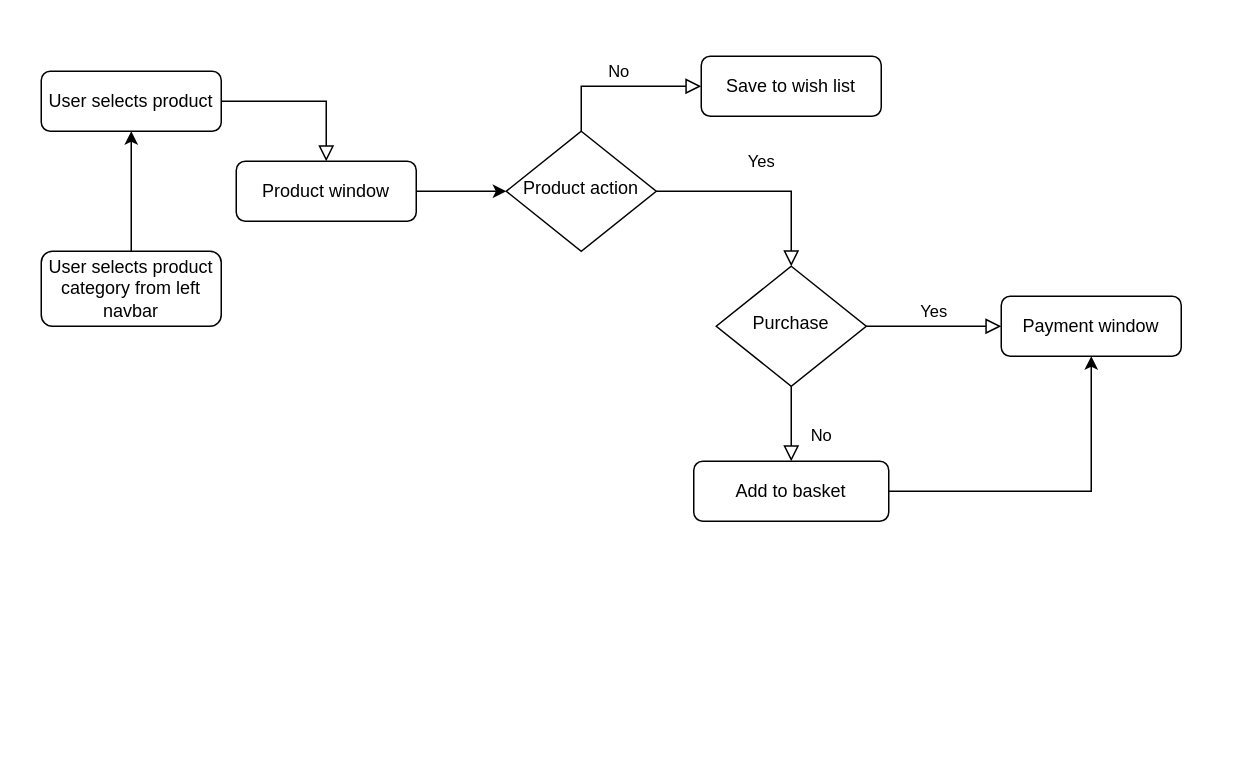
This is flowchart.drawio from demetriusvissarion/EBag, a draw.io file, before an edit. Source tidied: cells renumbered, new cells numbered last; positions are measured from the earlier drawing's top-left corner, leaving out a move shared by most shapes. Both pictures are drawn from the tidied source at 150%, with x=0, y=0 at pixel (40, 56).
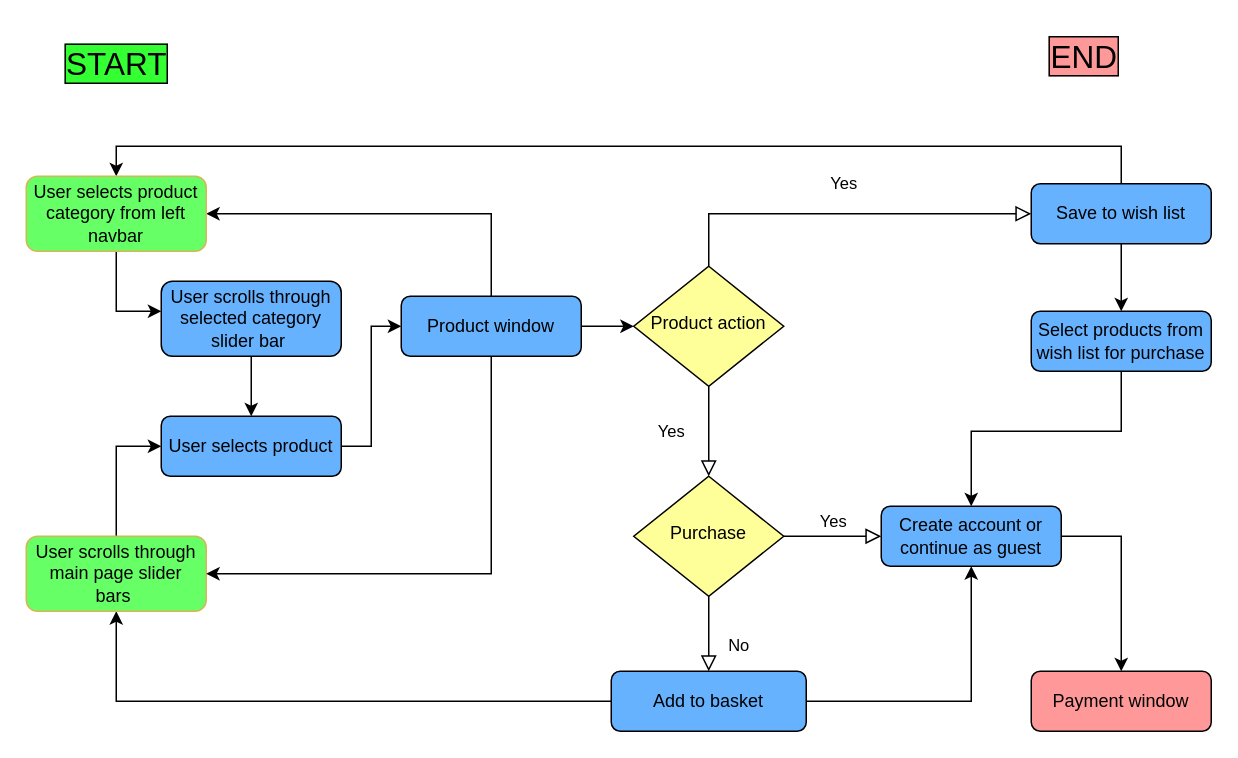
Above is the later version.

Change to the diagram source:
```diff
@@
-    <mxCell id="2" style="rounded=0;html=1;jettySize=auto;fontSize=11;endArrow=block;endFill=0;endSize=8;strokeWidth=1;shadow=0;labelBackgroundColor=none;edgeStyle=orthogonalEdgeStyle;entryX=0.5;entryY=0;entryDx=0;entryDy=0;" parent="1" edge="1" source="3" target="17">
-      <mxGeometry relative="1" as="geometry" />
-    </mxCell>
+    <mxCell id="18" style="edgeStyle=orthogonalEdgeStyle;rounded=0;jettySize=auto;html=1;entryX=0.5;entryY=0;entryDx=0;entryDy=0;" parent="1" edge="1" source="3" target="28">
+      <mxGeometry relative="1" as="geometry" />
+    </mxCell>
-    <mxCell id="3" value="User selects product" style="rounded=1;whiteSpace=wrap;html=1;fontSize=12;glass=0;strokeWidth=1;shadow=0;" parent="1" vertex="1">
-      <mxGeometry y="10" width="120" height="40" as="geometry" />
+    <mxCell id="3" value="User scrolls through selected category slider bar&amp;nbsp;" style="rounded=1;whiteSpace=wrap;html=1;fontSize=12;glass=0;strokeWidth=1;shadow=0;fillColor=#66B2FF;" parent="1" vertex="1">
+      <mxGeometry x="80" y="150" width="120" height="50" as="geometry" />
     </mxCell>
     <mxCell id="4" value="Yes" style="rounded=0;html=1;jettySize=auto;fontSize=11;endArrow=block;endFill=0;endSize=8;strokeWidth=1;shadow=0;labelBackgroundColor=none;edgeStyle=orthogonalEdgeStyle;" parent="1" edge="1" source="6" target="10">
-      <mxGeometry y="20" relative="1" as="geometry" />
+      <mxGeometry y="-25" relative="1" as="geometry" />
     </mxCell>
-    <mxCell id="5" value="No" style="edgeStyle=orthogonalEdgeStyle;rounded=0;jettySize=auto;fontSize=11;endArrow=block;endFill=0;endSize=8;strokeWidth=1;shadow=0;labelBackgroundColor=none;exitX=0.5;exitY=0;exitDx=0;exitDy=0;entryX=0;entryY=0.5;entryDx=0;entryDy=0;html=1;" parent="1" edge="1" source="6" target="7">
-      <mxGeometry y="10" relative="1" as="geometry" />
-    </mxCell>
-    <mxCell id="6" value="Product action" style="rhombus;whiteSpace=wrap;html=1;shadow=0;fontFamily=Helvetica;fontSize=12;align=center;strokeWidth=1;spacing=6;spacingTop=-4;" parent="1" vertex="1">
-      <mxGeometry x="310" y="50" width="100" height="80" as="geometry" />
+    <mxCell id="6" value="Product action" style="rhombus;whiteSpace=wrap;html=1;shadow=0;fontFamily=Helvetica;fontSize=12;align=center;strokeWidth=1;spacing=6;spacingTop=-4;fillColor=#FFFF99;" parent="1" vertex="1">
+      <mxGeometry x="395" y="140" width="100" height="80" as="geometry" />
     </mxCell>
+    <mxCell id="19" style="edgeStyle=orthogonalEdgeStyle;rounded=0;jettySize=auto;html=1;entryX=0.5;entryY=0;entryDx=0;entryDy=0;fontSize=21;exitX=0.5;exitY=0;exitDx=0;exitDy=0;" parent="1" edge="1" source="7" target="26">
+      <mxGeometry relative="1" as="geometry">
+        <Array as="points">
+          <mxPoint x="720" y="60" />
+          <mxPoint x="50" y="60" />
+        </Array>
+      </mxGeometry>
+    </mxCell>
+    <mxCell id="20" style="edgeStyle=orthogonalEdgeStyle;rounded=0;jettySize=auto;html=1;entryX=0.5;entryY=0;entryDx=0;entryDy=0;fontSize=21;" parent="1" edge="1" target="32">
+      <mxGeometry relative="1" as="geometry">
+        <mxPoint x="720" y="210" as="sourcePoint" />
+        <Array as="points">
+          <mxPoint x="720" y="250" />
+          <mxPoint x="620" y="250" />
+        </Array>
+      </mxGeometry>
+    </mxCell>
+    <mxCell id="21" style="edgeStyle=orthogonalEdgeStyle;rounded=0;jettySize=auto;html=1;fontSize=21;" parent="1" edge="1" source="7" target="33">
+      <mxGeometry relative="1" as="geometry" />
+    </mxCell>
-    <mxCell id="7" value="Save to wish list" style="rounded=1;whiteSpace=wrap;html=1;fontSize=12;glass=0;strokeWidth=1;shadow=0;" parent="1" vertex="1">
-      <mxGeometry x="440" width="120" height="40" as="geometry" />
+    <mxCell id="7" value="Save to wish list" style="rounded=1;whiteSpace=wrap;html=1;fontSize=12;glass=0;strokeWidth=1;shadow=0;labelBackgroundColor=none;fillColor=#66B2FF;" parent="1" vertex="1">
+      <mxGeometry x="660" y="85" width="120" height="40" as="geometry" />
     </mxCell>
@@
-    <mxCell id="9" value="Yes" style="edgeStyle=orthogonalEdgeStyle;rounded=0;html=1;jettySize=auto;fontSize=11;endArrow=block;endFill=0;endSize=8;strokeWidth=1;shadow=0;labelBackgroundColor=none;" parent="1" edge="1" source="10" target="13">
+    <mxCell id="9" value="Yes" style="edgeStyle=orthogonalEdgeStyle;rounded=0;html=1;jettySize=auto;fontSize=11;endArrow=block;endFill=0;endSize=8;strokeWidth=1;shadow=0;labelBackgroundColor=none;entryX=0;entryY=0.5;entryDx=0;entryDy=0;" parent="1" edge="1" source="10" target="32">
       <mxGeometry y="10" relative="1" as="geometry" />
     </mxCell>
-    <mxCell id="10" value="Purchase" style="rhombus;whiteSpace=wrap;html=1;shadow=0;fontFamily=Helvetica;fontSize=12;align=center;strokeWidth=1;spacing=6;spacingTop=-4;" parent="1" vertex="1">
-      <mxGeometry x="450" y="140" width="100" height="80" as="geometry" />
+    <mxCell id="10" value="Purchase" style="rhombus;whiteSpace=wrap;html=1;shadow=0;fontFamily=Helvetica;fontSize=12;align=center;strokeWidth=1;spacing=6;spacingTop=-4;fillColor=#FFFF99;" parent="1" vertex="1">
+      <mxGeometry x="395" y="280" width="100" height="80" as="geometry" />
     </mxCell>
-    <mxCell id="11" style="edgeStyle=orthogonalEdgeStyle;rounded=0;jettySize=auto;html=1;entryX=0.5;entryY=1;entryDx=0;entryDy=0;" parent="1" edge="1" source="12" target="13">
+    <mxCell id="11" style="edgeStyle=orthogonalEdgeStyle;rounded=0;jettySize=auto;html=1;" parent="1" edge="1" source="12" target="32">
       <mxGeometry relative="1" as="geometry" />
     </mxCell>
+    <mxCell id="22" style="edgeStyle=orthogonalEdgeStyle;rounded=0;jettySize=auto;html=1;entryX=0.5;entryY=1;entryDx=0;entryDy=0;" parent="1" edge="1" source="12" target="15">
+      <mxGeometry relative="1" as="geometry" />
+    </mxCell>
-    <mxCell id="12" value="Add to basket" style="rounded=1;whiteSpace=wrap;html=1;fontSize=12;glass=0;strokeWidth=1;shadow=0;" parent="1" vertex="1">
-      <mxGeometry x="435" y="270" width="130" height="40" as="geometry" />
+    <mxCell id="12" value="Add to basket" style="rounded=1;whiteSpace=wrap;html=1;fontSize=12;glass=0;strokeWidth=1;shadow=0;fillColor=#66B2FF;" parent="1" vertex="1">
+      <mxGeometry x="380" y="410" width="130" height="40" as="geometry" />
     </mxCell>
-    <mxCell id="13" value="Payment window" style="rounded=1;whiteSpace=wrap;html=1;fontSize=12;glass=0;strokeWidth=1;shadow=0;" parent="1" vertex="1">
-      <mxGeometry x="640" y="160" width="120" height="40" as="geometry" />
+    <mxCell id="13" value="Payment window" style="rounded=1;whiteSpace=wrap;html=1;fontSize=12;glass=0;strokeWidth=1;shadow=0;fillColor=#FF9999;" parent="1" vertex="1">
+      <mxGeometry x="660" y="410" width="120" height="40" as="geometry" />
     </mxCell>
-    <mxCell id="14" style="edgeStyle=orthogonalEdgeStyle;rounded=0;jettySize=auto;html=1;exitX=0.5;exitY=0;exitDx=0;exitDy=0;entryX=0.5;entryY=1;entryDx=0;entryDy=0;" parent="1" edge="1" source="15" target="3">
+    <mxCell id="14" style="edgeStyle=orthogonalEdgeStyle;rounded=0;jettySize=auto;html=1;exitX=0.5;exitY=0;exitDx=0;exitDy=0;entryX=0;entryY=0.5;entryDx=0;entryDy=0;" parent="1" edge="1" source="15" target="28">
       <mxGeometry relative="1" as="geometry" />
     </mxCell>
-    <mxCell id="15" value="User selects product category from left navbar" style="rounded=1;whiteSpace=wrap;html=1;fontSize=12;glass=0;strokeWidth=1;shadow=0;" parent="1" vertex="1">
-      <mxGeometry y="130" width="120" height="50" as="geometry" />
+    <mxCell id="15" value="User scrolls through main page slider bars&amp;nbsp;" style="rounded=1;whiteSpace=wrap;html=1;fontSize=12;glass=0;strokeWidth=1;shadow=0;fillColor=#66FF66;strokeColor=#d6b656;perimeterSpacing=0;spacingTop=0;spacingLeft=1;spacingRight=1;" parent="1" vertex="1">
+      <mxGeometry x="-10" y="320" width="120" height="50" as="geometry" />
     </mxCell>
@@
+    <mxCell id="23" style="edgeStyle=orthogonalEdgeStyle;rounded=0;jettySize=auto;html=1;entryX=1;entryY=0.5;entryDx=0;entryDy=0;exitX=0.5;exitY=1;exitDx=0;exitDy=0;" parent="1" edge="1" source="17" target="15">
+      <mxGeometry relative="1" as="geometry">
+        <Array as="points">
+          <mxPoint x="300" y="345" />
+        </Array>
+      </mxGeometry>
+    </mxCell>
+    <mxCell id="24" style="edgeStyle=orthogonalEdgeStyle;rounded=0;jettySize=auto;html=1;entryX=1;entryY=0.5;entryDx=0;entryDy=0;exitX=0.5;exitY=0;exitDx=0;exitDy=0;" parent="1" edge="1" source="17" target="26">
+      <mxGeometry relative="1" as="geometry">
+        <Array as="points">
+          <mxPoint x="300" y="105" />
+        </Array>
+      </mxGeometry>
+    </mxCell>
-    <mxCell id="17" value="Product window" style="rounded=1;whiteSpace=wrap;html=1;fontSize=12;glass=0;strokeWidth=1;shadow=0;" parent="1" vertex="1">
-      <mxGeometry x="130" y="70" width="120" height="40" as="geometry" />
+    <mxCell id="17" value="Product window" style="rounded=1;whiteSpace=wrap;html=1;fontSize=12;glass=0;strokeWidth=1;shadow=0;fillColor=#66B2FF;" parent="1" vertex="1">
+      <mxGeometry x="240" y="160" width="120" height="40" as="geometry" />
     </mxCell>
+    <mxCell id="25" style="edgeStyle=orthogonalEdgeStyle;rounded=0;jettySize=auto;html=1;exitX=0.5;exitY=1;exitDx=0;exitDy=0;" parent="1" edge="1" source="26">
+      <mxGeometry relative="1" as="geometry">
+        <mxPoint x="80" y="170" as="targetPoint" />
+        <Array as="points">
+          <mxPoint x="50" y="170" />
+          <mxPoint x="80" y="170" />
+        </Array>
+      </mxGeometry>
+    </mxCell>
+    <mxCell id="26" value="User selects product category from left navbar" style="rounded=1;whiteSpace=wrap;html=1;fontSize=12;glass=0;strokeWidth=1;shadow=0;fillColor=#66FF66;strokeColor=#d6b656;spacingLeft=1;spacingRight=1;" parent="1" vertex="1">
+      <mxGeometry x="-10" y="80" width="120" height="50" as="geometry" />
+    </mxCell>
+    <mxCell id="27" style="edgeStyle=orthogonalEdgeStyle;rounded=0;jettySize=auto;html=1;entryX=0;entryY=0.5;entryDx=0;entryDy=0;exitX=1;exitY=0.5;exitDx=0;exitDy=0;" parent="1" edge="1" source="28" target="17">
+      <mxGeometry relative="1" as="geometry">
+        <Array as="points">
+          <mxPoint x="220" y="260" />
+          <mxPoint x="220" y="180" />
+        </Array>
+      </mxGeometry>
+    </mxCell>
+    <mxCell id="28" value="User selects product" style="rounded=1;whiteSpace=wrap;html=1;fontSize=12;glass=0;strokeWidth=1;shadow=0;fillColor=#66B2FF;" parent="1" vertex="1">
+      <mxGeometry x="80" y="240" width="120" height="40" as="geometry" />
+    </mxCell>
+    <mxCell id="5" value="Yes" style="rounded=0;html=1;jettySize=auto;fontSize=11;endArrow=block;endFill=0;endSize=8;strokeWidth=1;shadow=0;labelBackgroundColor=none;edgeStyle=orthogonalEdgeStyle;entryX=0;entryY=0.5;entryDx=0;entryDy=0;exitX=0.5;exitY=0;exitDx=0;exitDy=0;" parent="1" edge="1" source="6" target="7">
+      <mxGeometry y="20" relative="1" as="geometry">
+        <Array as="points">
+          <mxPoint x="445" y="105" />
+        </Array>
+      </mxGeometry>
+    </mxCell>
+    <mxCell id="29" value="START" style="text;html=1;align=center;verticalAlign=middle;strokeColor=none;fillColor=none;labelBackgroundColor=#33FF33;labelBorderColor=#000000;spacingTop=0;fontSize=21;" parent="1" vertex="1">
+      <mxGeometry x="5" y="-15" width="90" height="40" as="geometry" />
+    </mxCell>
+    <mxCell id="30" value="END" style="text;html=1;align=center;verticalAlign=middle;strokeColor=none;fillColor=none;labelBackgroundColor=#FF9999;labelBorderColor=#000000;spacingTop=0;fontSize=21;" parent="1" vertex="1">
+      <mxGeometry x="660" y="-20" width="70" height="40" as="geometry" />
+    </mxCell>
+    <mxCell id="31" style="edgeStyle=orthogonalEdgeStyle;rounded=0;jettySize=auto;html=1;entryX=0.5;entryY=0;entryDx=0;entryDy=0;fontSize=21;exitX=1;exitY=0.5;exitDx=0;exitDy=0;" parent="1" edge="1" source="32" target="13">
+      <mxGeometry relative="1" as="geometry" />
+    </mxCell>
+    <mxCell id="32" value="Create account or continue as guest" style="rounded=1;whiteSpace=wrap;html=1;fontSize=12;glass=0;strokeWidth=1;shadow=0;fillColor=#66B2FF;" parent="1" vertex="1">
+      <mxGeometry x="560" y="300" width="120" height="40" as="geometry" />
+    </mxCell>
+    <mxCell id="33" value="Select products from wish list for purchase" style="rounded=1;whiteSpace=wrap;html=1;fontSize=12;glass=0;strokeWidth=1;shadow=0;labelBackgroundColor=none;fillColor=#66B2FF;" parent="1" vertex="1">
+      <mxGeometry x="660" y="170" width="120" height="40" as="geometry" />
+    </mxCell>
```
